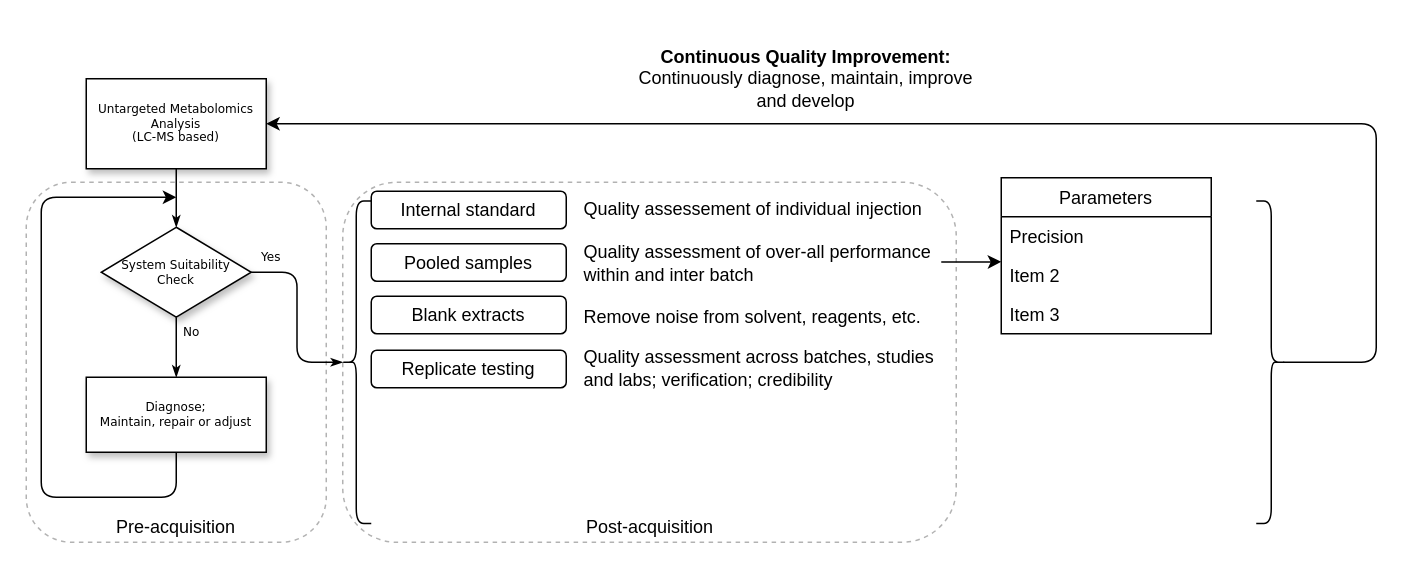
The draw.io diagram figure/figure_flowchart_dataqc.drawio in tuhulab/bfi-wholegrain, before the edit. Source tidied: cells renumbered, new cells numbered last; positions are measured from the earlier drawing's top-left corner, leaving out a move shared by most shapes. Both pictures are drawn from the tidied source at 150%, with x=0, y=0 at pixel (26, 26).
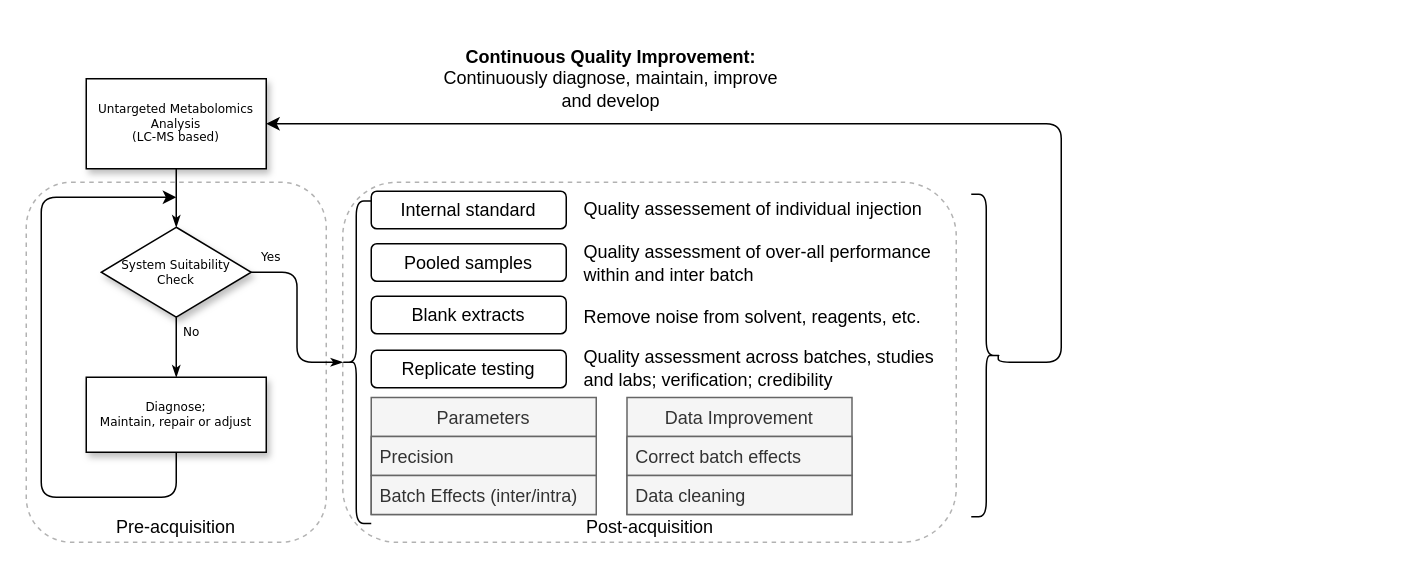
Above is the later version.

The change refers to these unchanged cells:
```xml
<mxCell id="5" value="Untargeted Metabolomics Analysis&lt;br&gt;(LC-MS based)&lt;br&gt;" style="shape=trapezoid;whiteSpace=wrap;html=1;rounded=0;shadow=1;labelBackgroundColor=none;strokeColor=#000000;strokeWidth=1;fillColor=#ffffff;fontFamily=Verdana;fontSize=8;fontColor=#000000;align=center;flipV=1;comic=0;size=0;" parent="1" vertex="1">
  <mxGeometry x="40" y="35" width="120" height="60" as="geometry" />
</mxCell>
```

Diff of the diagram source:
```diff
@@
-    <mxCell id="15" style="edgeStyle=orthogonalEdgeStyle;rounded=1;orthogonalLoop=1;jettySize=auto;html=1;" parent="1" edge="1">
-      <mxGeometry relative="1" as="geometry">
-        <mxPoint x="610" y="157.2" as="sourcePoint" />
-        <mxPoint x="650" y="157" as="targetPoint" />
-        <Array as="points">
-          <mxPoint x="640" y="157" />
-          <mxPoint x="640" y="157" />
-        </Array>
-      </mxGeometry>
-    </mxCell>
@@
     <mxCell id="22" value="&lt;b&gt;Continuous Quality Improvement:&lt;/b&gt; Continuously diagnose, maintain, improve and develop&lt;br&gt;" style="text;html=1;strokeColor=none;fillColor=none;align=center;verticalAlign=middle;whiteSpace=wrap;rounded=0;dashed=1;labelBackgroundColor=#ffffff;opacity=30;" parent="1" vertex="1">
-      <mxGeometry x="400" width="240" height="70" as="geometry" />
+      <mxGeometry x="270" width="240" height="70" as="geometry" />
     </mxCell>
@@
     <mxCell id="24" style="edgeStyle=orthogonalEdgeStyle;rounded=1;jettySize=auto;html=1;exitX=0.1;exitY=0.5;exitDx=0;exitDy=0;exitPerimeter=0;entryX=1;entryY=0.5;entryDx=0;entryDy=0;" parent="1" edge="1" source="25" target="5">
       <mxGeometry relative="1" as="geometry">
         <Array as="points">
-          <mxPoint x="900" y="224" />
-          <mxPoint x="900" y="65" />
+          <mxPoint x="648" y="224" />
+          <mxPoint x="690" y="224" />
+          <mxPoint x="690" y="65" />
         </Array>
       </mxGeometry>
     </mxCell>
     <mxCell id="25" style="shape=curlyBracket;whiteSpace=wrap;html=1;rounded=1;shadow=0;flipV=0;flipH=1;" parent="1" vertex="1">
-      <mxGeometry x="820" y="116.5" width="20" height="215" as="geometry" />
+      <mxGeometry x="630" y="112" width="20" height="215" as="geometry" />
     </mxCell>
-    <mxCell id="26" value="Parameters" style="swimlane;fontStyle=0;horizontal=1;startSize=26;fillColor=none;" parent="1" vertex="1">
-      <mxGeometry x="650" y="101" width="140" height="104" as="geometry" />
+    <mxCell id="26" value="Parameters" style="swimlane;fontStyle=0;horizontal=1;startSize=26;fillColor=#f5f5f5;strokeColor=#666666;fontColor=#333333;" parent="1" vertex="1">
+      <mxGeometry x="230" y="247.5" width="150" height="78" as="geometry" />
     </mxCell>
-    <mxCell id="27" value="Precision" style="text;strokeColor=none;fillColor=none;align=left;verticalAlign=top;spacingLeft=4;spacingRight=4;overflow=hidden;" parent="26" vertex="1">
-      <mxGeometry y="26" width="140" height="26" as="geometry" />
+    <mxCell id="27" value="Precision" style="text;fillColor=#f5f5f5;align=left;verticalAlign=top;spacingLeft=4;spacingRight=4;overflow=hidden;strokeColor=#666666;fontColor=#333333;" parent="26" vertex="1">
+      <mxGeometry y="26" width="150" height="26" as="geometry" />
     </mxCell>
-    <mxCell id="28" value="Item 2" style="text;strokeColor=none;fillColor=none;align=left;verticalAlign=top;spacingLeft=4;spacingRight=4;overflow=hidden;" parent="26" vertex="1">
-      <mxGeometry y="52" width="140" height="26" as="geometry" />
+    <mxCell id="28" value="Batch Effects (inter/intra)" style="text;strokeColor=#666666;fillColor=#f5f5f5;align=left;verticalAlign=top;spacingLeft=4;spacingRight=4;overflow=hidden;fontColor=#333333;" parent="26" vertex="1">
+      <mxGeometry y="52" width="150" height="26" as="geometry" />
     </mxCell>
-    <mxCell id="29" value="Item 3" style="text;strokeColor=none;fillColor=none;align=left;verticalAlign=top;spacingLeft=4;spacingRight=4;overflow=hidden;" parent="26" vertex="1">
-      <mxGeometry y="78" width="140" height="26" as="geometry" />
-    </mxCell>
+    <mxCell id="30" value="Data Improvement" style="swimlane;fontStyle=0;horizontal=1;startSize=26;fillColor=#f5f5f5;strokeColor=#666666;fontColor=#333333;" parent="1" vertex="1">
+      <mxGeometry x="400.5" y="247.5" width="150" height="78" as="geometry" />
+    </mxCell>
+    <mxCell id="31" value="Correct batch effects" style="text;strokeColor=#666666;fillColor=#f5f5f5;align=left;verticalAlign=top;spacingLeft=4;spacingRight=4;overflow=hidden;fontColor=#333333;" parent="30" vertex="1">
+      <mxGeometry y="26" width="150" height="26" as="geometry" />
+    </mxCell>
+    <mxCell id="32" value="Data cleaning" style="text;strokeColor=#666666;fillColor=#f5f5f5;align=left;verticalAlign=top;spacingLeft=4;spacingRight=4;overflow=hidden;fontColor=#333333;" parent="30" vertex="1">
+      <mxGeometry y="52" width="150" height="26" as="geometry" />
+    </mxCell>
```
